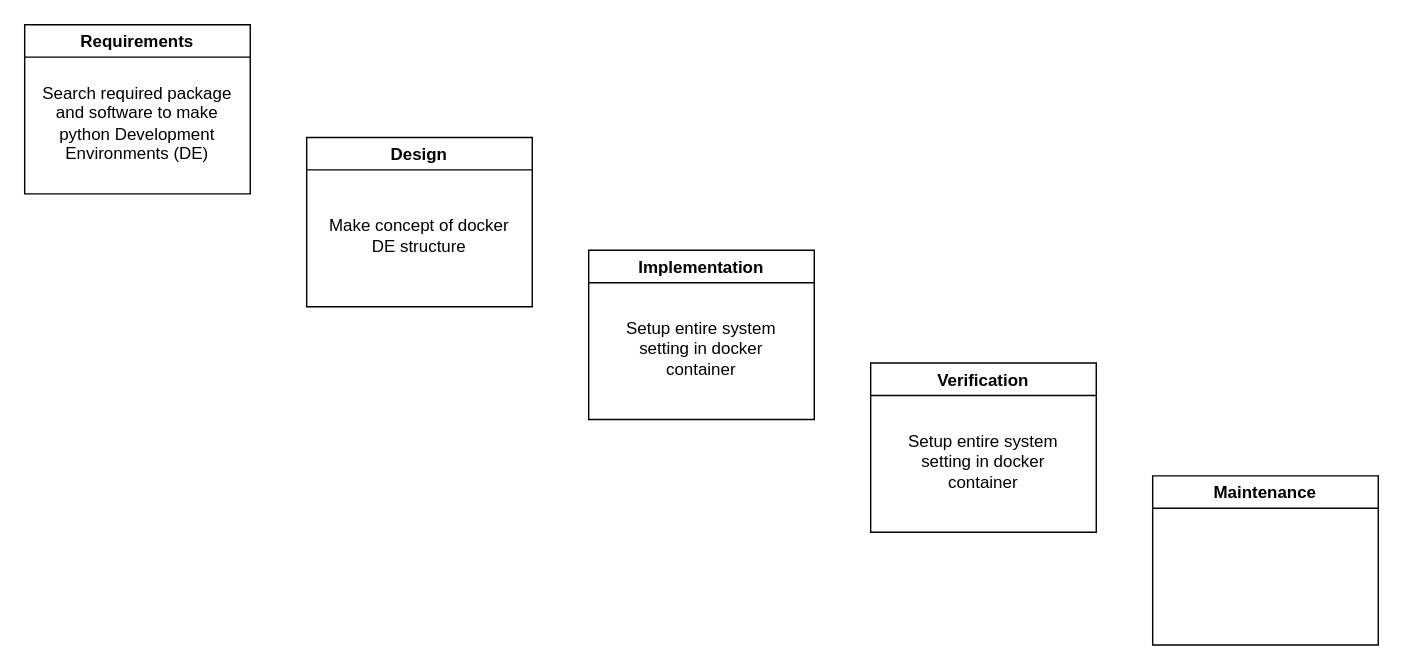
The draw.io diagram Anaconda_Python_Docker_Environment/Setup_Anaconda_Python_Docker_Process/graph_water_fall.drawio in seycho/Diagrams_Open_File, before the edit. Source tidied: cells renumbered, new cells numbered last; positions are measured from the earlier drawing's top-left corner, leaving out a move shared by most shapes. Both pictures are drawn from the tidied source at 141%, with x=0, y=0 at pixel (24, 24).
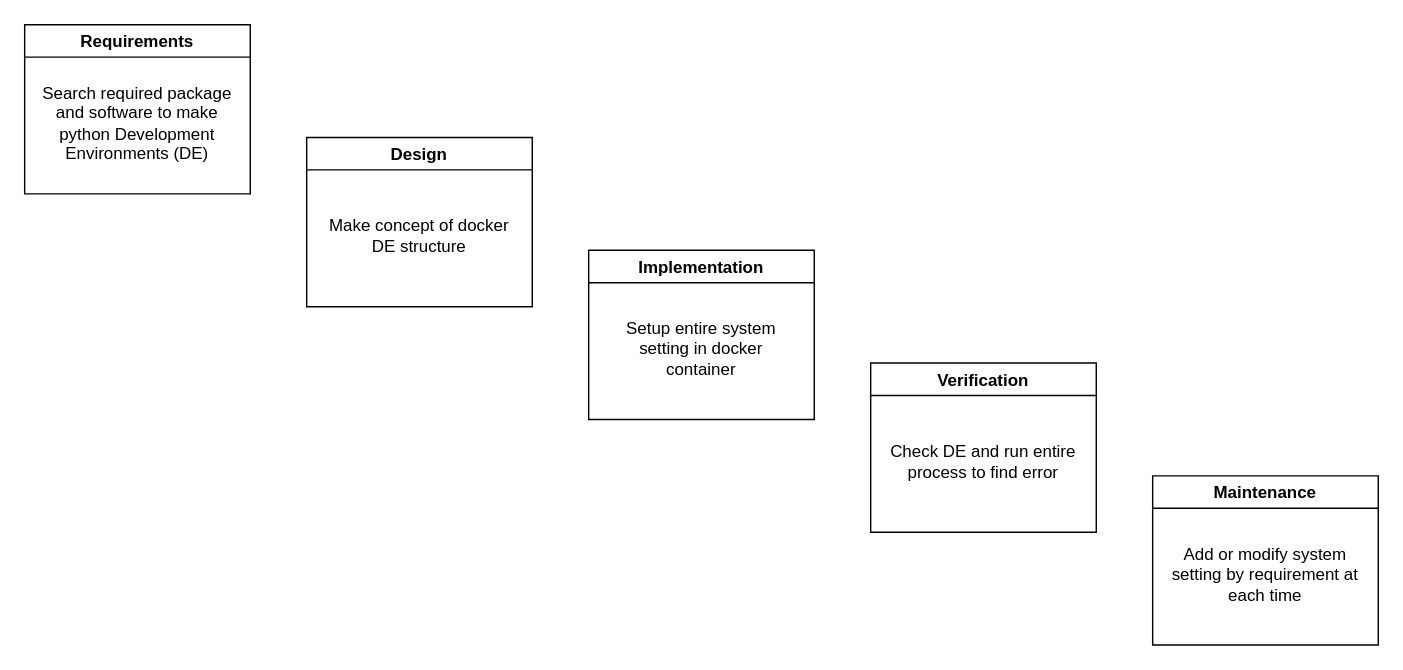
The same diagram, later.

Commit message:
230117 fill text

Change to the diagram source:
```diff
@@
 <mxGraphModel>
   <root>
     <mxCell id="0" />
     <mxCell id="1" parent="0" />
     <mxCell id="2" value="Requirements" style="swimlane;" parent="1" vertex="1">
       <mxGeometry width="160" height="120" as="geometry" />
     </mxCell>
     <mxCell id="3" value="Search required package and software to make python Development Environments (DE)" style="text;html=1;strokeColor=none;fillColor=none;align=center;verticalAlign=middle;whiteSpace=wrap;rounded=0;" parent="2" vertex="1">
       <mxGeometry x="10" y="30" width="140" height="80" as="geometry" />
     </mxCell>
     <mxCell id="4" value="Design" style="swimlane;" parent="1" vertex="1">
       <mxGeometry x="200" y="80" width="160" height="120" as="geometry" />
     </mxCell>
     <mxCell id="5" value="Make concept of docker DE structure" style="rounded=0;whiteSpace=wrap;html=1;fillColor=none;strokeColor=none;" parent="4" vertex="1">
       <mxGeometry x="10" y="30" width="140" height="80" as="geometry" />
     </mxCell>
     <mxCell id="6" value="Implementation" style="swimlane;" parent="1" vertex="1">
       <mxGeometry x="400" y="160" width="160" height="120" as="geometry" />
     </mxCell>
     <mxCell id="7" value="Setup entire system setting in docker container" style="rounded=0;whiteSpace=wrap;html=1;fillColor=none;strokeColor=none;" parent="6" vertex="1">
       <mxGeometry x="10" y="30" width="140" height="80" as="geometry" />
     </mxCell>
     <mxCell id="8" value="Verification" style="swimlane;" parent="1" vertex="1">
       <mxGeometry x="600" y="240" width="160" height="120" as="geometry" />
     </mxCell>
-    <mxCell id="9" value="Setup entire system setting in docker container" style="rounded=0;whiteSpace=wrap;html=1;fillColor=none;strokeColor=none;" parent="8" vertex="1">
+    <mxCell id="9" value="Check DE and run entire process to find error" style="rounded=0;whiteSpace=wrap;html=1;fillColor=none;strokeColor=none;" parent="8" vertex="1">
       <mxGeometry x="10" y="30" width="140" height="80" as="geometry" />
     </mxCell>
     <mxCell id="10" value="Maintenance" style="swimlane;" parent="1" vertex="1">
       <mxGeometry x="800" y="320" width="160" height="120" as="geometry" />
     </mxCell>
+    <mxCell id="11" value="Add or modify system setting by requirement at each time" style="rounded=0;whiteSpace=wrap;html=1;fillColor=none;strokeColor=none;" parent="10" vertex="1">
+      <mxGeometry x="10" y="30" width="140" height="80" as="geometry" />
+    </mxCell>
   </root>
 </mxGraphModel>
```
